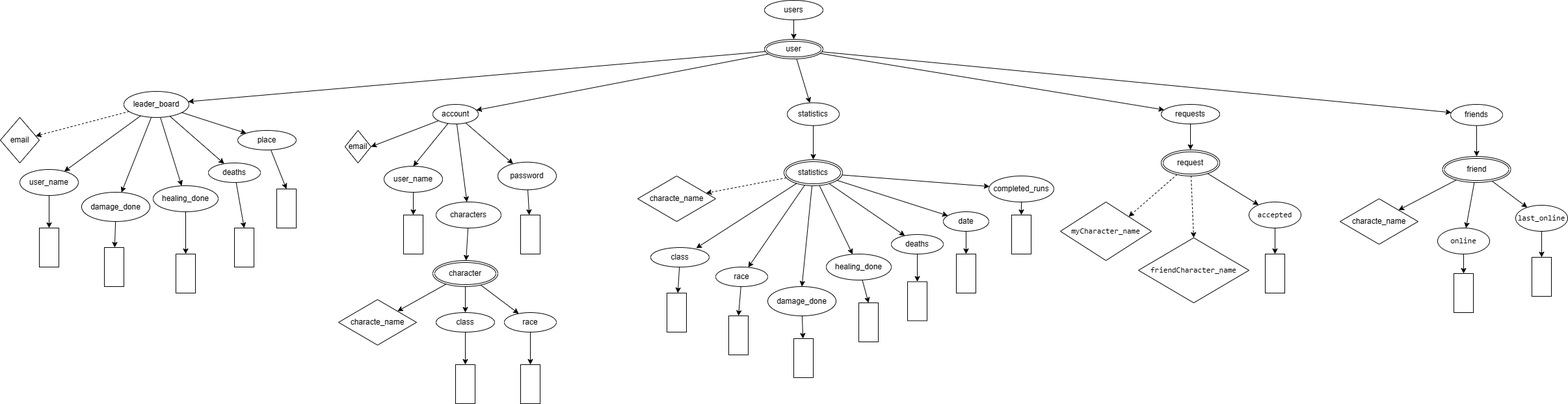
Gabszi2/S9NJK6_XMLGyak keeps this draw.io diagram as XMLTaskS9NJK6/XDMS9NJK6.png. Above is the earlier version. Source tidied: cells renumbered, new cells last; positions are measured from the earlier drawing's top-left corner, leaving out a move shared by most shapes.
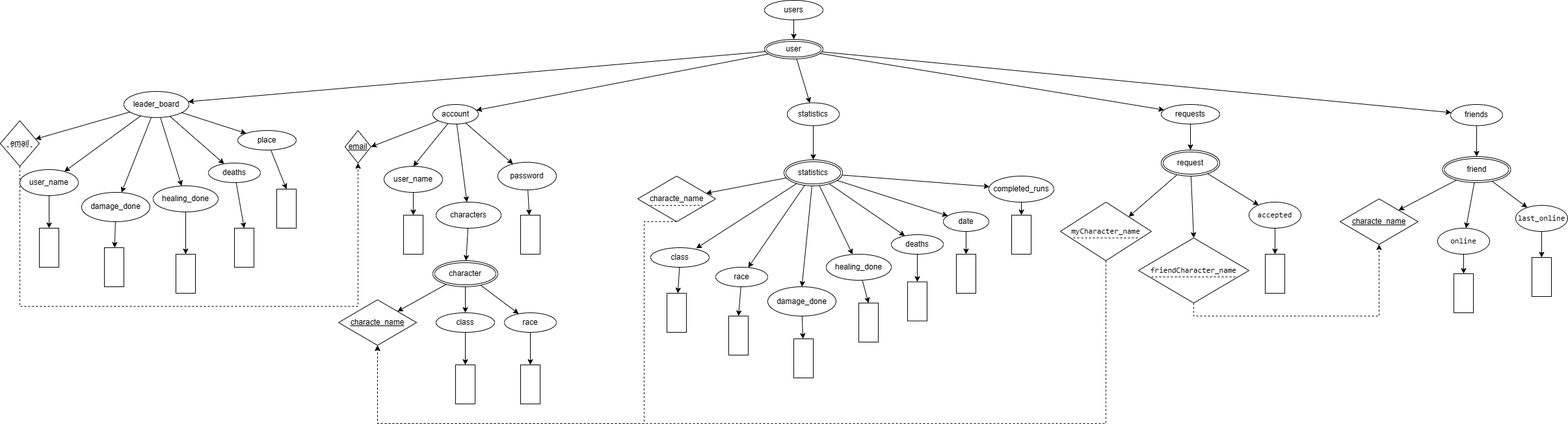
After the commit.

Diff of the diagram source:
```diff
@@ -26,7 +26,7 @@
     <mxCell id="9" value="user" style="ellipse;shape=doubleEllipse;margin=3;whiteSpace=wrap;html=1;align=center;" parent="1" vertex="1">
       <mxGeometry x="1175" y="60" width="90" height="30" as="geometry" />
     </mxCell>
-    <mxCell id="10" style="edgeStyle=none;rounded=0;jettySize=auto;html=1;fontColor=#000000;dashed=1;" parent="1" edge="1" source="16" target="22">
+    <mxCell id="10" style="edgeStyle=none;rounded=0;jettySize=auto;html=1;fontColor=#000000;" parent="1" edge="1" source="16" target="22">
       <mxGeometry relative="1" as="geometry" />
     </mxCell>
     <mxCell id="11" style="edgeStyle=none;rounded=0;jettySize=auto;html=1;fontColor=#000000;" parent="1" edge="1" source="16" target="24">
@@ -62,8 +62,16 @@
     <mxCell id="21" value="account" style="ellipse;whiteSpace=wrap;html=1;align=center;" parent="1" vertex="1">
       <mxGeometry x="665" y="160" width="70" height="30" as="geometry" />
     </mxCell>
+    <mxCell id="115" style="edgeStyle=orthogonalEdgeStyle;rounded=0;jettySize=auto;html=1;exitX=0.5;exitY=1;exitDx=0;exitDy=0;entryX=0.5;entryY=1;entryDx=0;entryDy=0;dashed=1;" parent="1" edge="1" source="22" target="38">
+      <mxGeometry relative="1" as="geometry">
+        <Array as="points">
+          <mxPoint x="30" y="470" />
+          <mxPoint x="550" y="470" />
+        </Array>
+      </mxGeometry>
+    </mxCell>
-    <mxCell id="22" value="email" style="rhombus;whiteSpace=wrap;html=1;" parent="1" vertex="1">
-      <mxGeometry y="180" width="60" height="70" as="geometry" />
+    <mxCell id="22" value="email" style="rhombus;whiteSpace=wrap;html=1;fontStyle=0;" parent="1" vertex="1">
+      <mxGeometry y="185" width="60" height="70" as="geometry" />
     </mxCell>
     <mxCell id="23" style="edgeStyle=none;rounded=0;jettySize=auto;html=1;fontColor=#000000;" parent="1" edge="1" source="24" target="33">
       <mxGeometry relative="1" as="geometry" />
@@ -110,7 +118,7 @@
     <mxCell id="37" style="rounded=0;whiteSpace=wrap;html=1;" parent="1" vertex="1">
       <mxGeometry x="425" y="290" width="30" height="60" as="geometry" />
     </mxCell>
-    <mxCell id="38" value="email" style="rhombus;whiteSpace=wrap;html=1;" parent="1" vertex="1">
+    <mxCell id="38" value="email" style="rhombus;whiteSpace=wrap;html=1;fontStyle=4;" parent="1" vertex="1">
       <mxGeometry x="530" y="200" width="40" height="50" as="geometry" />
     </mxCell>
     <mxCell id="39" style="edgeStyle=none;rounded=0;jettySize=auto;html=1;fontColor=#000000;" parent="1" edge="1" source="40" target="49">
@@ -161,7 +169,7 @@
     <mxCell id="54" value="race" style="ellipse;whiteSpace=wrap;html=1;align=center;" parent="1" vertex="1">
       <mxGeometry x="775" y="480" width="80" height="30" as="geometry" />
     </mxCell>
-    <mxCell id="55" value="characte_name" style="rhombus;whiteSpace=wrap;html=1;" parent="1" vertex="1">
+    <mxCell id="55" value="characte_name" style="rhombus;whiteSpace=wrap;html=1;fontStyle=4;" parent="1" vertex="1">
       <mxGeometry x="520" y="460" width="120" height="70" as="geometry" />
     </mxCell>
     <mxCell id="56" style="rounded=0;whiteSpace=wrap;html=1;" parent="1" vertex="1">
@@ -176,7 +184,7 @@
     <mxCell id="59" value="statistics" style="ellipse;whiteSpace=wrap;html=1;align=center;" parent="1" vertex="1">
       <mxGeometry x="1210" y="157.5" width="80" height="35" as="geometry" />
     </mxCell>
-    <mxCell id="60" style="edgeStyle=none;rounded=0;jettySize=auto;html=1;fontColor=#000000;dashed=1;" parent="1" edge="1" source="68" target="69">
+    <mxCell id="60" style="edgeStyle=none;rounded=0;jettySize=auto;html=1;fontColor=#000000;" parent="1" edge="1" source="68" target="69">
       <mxGeometry relative="1" as="geometry" />
     </mxCell>
     <mxCell id="61" style="edgeStyle=none;rounded=0;jettySize=auto;html=1;entryX=0.778;entryY=0.033;entryDx=0;entryDy=0;entryPerimeter=0;fontColor=#000000;" parent="1" edge="1" source="68" target="71">
@@ -203,6 +211,15 @@
     <mxCell id="68" value="statistics" style="ellipse;shape=doubleEllipse;margin=3;whiteSpace=wrap;html=1;align=center;" parent="1" vertex="1">
       <mxGeometry x="1205" y="245" width="90" height="40" as="geometry" />
     </mxCell>
+    <mxCell id="116" style="edgeStyle=orthogonalEdgeStyle;rounded=0;jettySize=auto;html=1;exitX=0.5;exitY=1;exitDx=0;exitDy=0;entryX=0.5;entryY=1;entryDx=0;entryDy=0;dashed=1;" parent="1" edge="1" source="69" target="55">
+      <mxGeometry relative="1" as="geometry">
+        <Array as="points">
+          <mxPoint x="990" y="340" />
+          <mxPoint x="990" y="650" />
+          <mxPoint x="580" y="650" />
+        </Array>
+      </mxGeometry>
+    </mxCell>
     <mxCell id="69" value="characte_name" style="rhombus;whiteSpace=wrap;html=1;" parent="1" vertex="1">
       <mxGeometry x="980" y="270" width="120" height="70" as="geometry" />
     </mxCell>
@@ -275,10 +292,10 @@
     <mxCell id="92" value="requests" style="ellipse;whiteSpace=wrap;html=1;align=center;" parent="1" vertex="1">
       <mxGeometry x="1785" y="160" width="90" height="30" as="geometry" />
     </mxCell>
-    <mxCell id="93" style="edgeStyle=none;rounded=0;jettySize=auto;html=1;entryX=1;entryY=0;entryDx=0;entryDy=0;fontColor=#000000;dashed=1;" parent="1" edge="1" source="96" target="97">
+    <mxCell id="93" style="edgeStyle=none;rounded=0;jettySize=auto;html=1;entryX=1;entryY=0;entryDx=0;entryDy=0;fontColor=#000000;" parent="1" edge="1" source="96" target="97">
       <mxGeometry relative="1" as="geometry" />
     </mxCell>
-    <mxCell id="94" style="edgeStyle=none;rounded=0;jettySize=auto;html=1;entryX=0.5;entryY=0;entryDx=0;entryDy=0;fontColor=#000000;dashed=1;" parent="1" edge="1" source="96" target="98">
+    <mxCell id="94" style="edgeStyle=none;rounded=0;jettySize=auto;html=1;entryX=0.5;entryY=0;entryDx=0;entryDy=0;fontColor=#000000;" parent="1" edge="1" source="96" target="98">
       <mxGeometry relative="1" as="geometry" />
     </mxCell>
     <mxCell id="95" style="edgeStyle=none;rounded=0;jettySize=auto;html=1;fontColor=#000000;" parent="1" edge="1" source="96" target="100">
@@ -287,9 +304,20 @@
     <mxCell id="96" value="request" style="ellipse;shape=doubleEllipse;margin=3;whiteSpace=wrap;html=1;align=center;" parent="1" vertex="1">
       <mxGeometry x="1785" y="230" width="90" height="40" as="geometry" />
     </mxCell>
+    <mxCell id="117" style="edgeStyle=orthogonalEdgeStyle;rounded=0;jettySize=auto;html=1;exitX=0.5;exitY=1;exitDx=0;exitDy=0;dashed=1;entryX=0.5;entryY=1;entryDx=0;entryDy=0;" parent="1" edge="1" source="97" target="55">
+      <mxGeometry relative="1" as="geometry">
+        <Array as="points">
+          <mxPoint x="1700" y="650" />
+          <mxPoint x="580" y="650" />
+        </Array>
+      </mxGeometry>
+    </mxCell>
     <mxCell id="97" value="&lt;pre style=&quot;background-color: rgb(255 , 255 , 255) ; font-family: &amp;#34;jetbrains mono&amp;#34; , monospace&quot;&gt;&lt;pre style=&quot;font-family: &amp;#34;jetbrains mono&amp;#34; , monospace&quot;&gt;myCharacter_name&lt;/pre&gt;&lt;/pre&gt;" style="rhombus;whiteSpace=wrap;html=1;" parent="1" vertex="1">
       <mxGeometry x="1630" y="310" width="140" height="90" as="geometry" />
     </mxCell>
+    <mxCell id="118" style="edgeStyle=orthogonalEdgeStyle;rounded=0;jettySize=auto;html=1;exitX=0.5;exitY=1;exitDx=0;exitDy=0;entryX=0.5;entryY=1;entryDx=0;entryDy=0;dashed=1;" parent="1" edge="1" source="98" target="108">
+      <mxGeometry relative="1" as="geometry" />
+    </mxCell>
     <mxCell id="98" value="&lt;pre style=&quot;background-color: rgb(255 , 255 , 255) ; font-family: &amp;#34;jetbrains mono&amp;#34; , monospace&quot;&gt;friendCharacter_name&lt;/pre&gt;" style="rhombus;whiteSpace=wrap;html=1;" parent="1" vertex="1">
       <mxGeometry x="1750" y="365" width="170" height="100" as="geometry" />
     </mxCell>
@@ -320,7 +348,7 @@
     <mxCell id="107" value="friend" style="ellipse;shape=doubleEllipse;margin=3;whiteSpace=wrap;html=1;align=center;fontColor=#000000;" parent="1" vertex="1">
       <mxGeometry x="2217.5" y="240" width="105" height="40" as="geometry" />
     </mxCell>
-    <mxCell id="108" value="characte_name" style="rhombus;whiteSpace=wrap;html=1;" parent="1" vertex="1">
+    <mxCell id="108" value="&lt;u&gt;characte_name&lt;/u&gt;" style="rhombus;whiteSpace=wrap;html=1;" parent="1" vertex="1">
       <mxGeometry x="2060" y="305" width="120" height="70" as="geometry" />
     </mxCell>
     <mxCell id="109" style="edgeStyle=none;rounded=0;jettySize=auto;html=1;entryX=0.5;entryY=0;entryDx=0;entryDy=0;fontColor=#000000;" parent="1" edge="1" source="110" target="113">
@@ -341,5 +369,25 @@
     <mxCell id="114" style="rounded=0;whiteSpace=wrap;html=1;" parent="1" vertex="1">
       <mxGeometry x="2355" y="395" width="30" height="60" as="geometry" />
     </mxCell>
+    <mxCell id="119" style="endArrow=none;dashed=1;html=1;rounded=0;exitX=0.167;exitY=0.571;exitDx=0;exitDy=0;exitPerimeter=0;" parent="1" edge="1" source="22">
+      <mxGeometry relative="1" as="geometry">
+        <mxPoint x="50" y="225" as="targetPoint" />
+      </mxGeometry>
+    </mxCell>
+    <mxCell id="120" style="endArrow=none;dashed=1;html=1;rounded=0;exitX=0.167;exitY=0.571;exitDx=0;exitDy=0;exitPerimeter=0;entryX=0.833;entryY=0.643;entryDx=0;entryDy=0;entryPerimeter=0;" parent="1" edge="1" target="69">
+      <mxGeometry relative="1" as="geometry">
+        <mxPoint x="1000" y="315" as="sourcePoint" />
+      </mxGeometry>
+    </mxCell>
+    <mxCell id="121" style="endArrow=none;dashed=1;html=1;rounded=0;exitX=0.167;exitY=0.571;exitDx=0;exitDy=0;exitPerimeter=0;entryX=0.857;entryY=0.611;entryDx=0;entryDy=0;entryPerimeter=0;" parent="1" edge="1" target="97">
+      <mxGeometry relative="1" as="geometry">
+        <mxPoint x="1650" y="365" as="sourcePoint" />
+      </mxGeometry>
+    </mxCell>
+    <mxCell id="122" style="endArrow=none;dashed=1;html=1;rounded=0;exitX=0.167;exitY=0.571;exitDx=0;exitDy=0;exitPerimeter=0;entryX=0.893;entryY=0.598;entryDx=0;entryDy=0;entryPerimeter=0;" parent="1" edge="1" target="98">
+      <mxGeometry relative="1" as="geometry">
+        <mxPoint x="1770" y="424.9" as="sourcePoint" />
+      </mxGeometry>
+    </mxCell>
   </root>
 </mxGraphModel>
```
